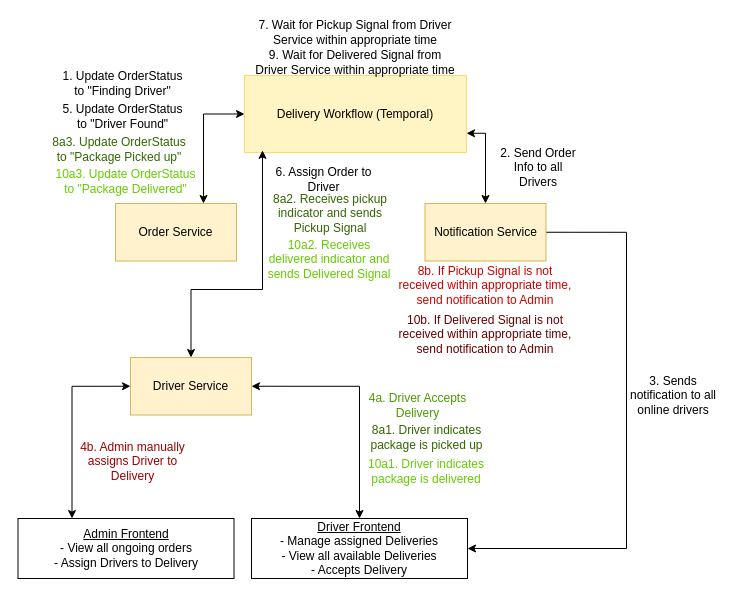
This is diagrams/ProcessDelivery.drawio from darkliyznyanlin910/esd-2425T2, a draw.io file, before an edit. Source tidied: cells renumbered, new cells numbered last; positions are measured from the earlier drawing's top-left corner, leaving out a move shared by most shapes. Both pictures are drawn from the tidied source at 100%, with x=0, y=0 at pixel (18, 17).
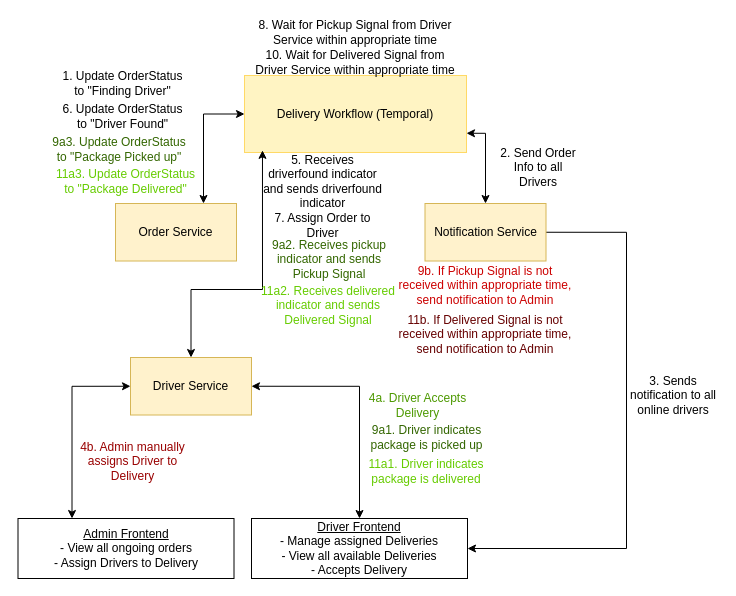
The same diagram, later.

The edit, as a diff of the source:
```diff
@@
-    <mxCell id="16" value="5. Update OrderStatus to &quot;Driver Found&quot;" style="text;html=1;align=center;verticalAlign=middle;whiteSpace=wrap;rounded=0;" parent="1" vertex="1">
+    <mxCell id="16" value="6. Update OrderStatus to &quot;Driver Found&quot;" style="text;html=1;align=center;verticalAlign=middle;whiteSpace=wrap;rounded=0;" parent="1" vertex="1">
       <mxGeometry x="37" y="83.5" width="135" height="30" as="geometry" />
     </mxCell>
@@
-    <mxCell id="19" value="6. Assign Order to Driver" style="text;html=1;align=center;verticalAlign=middle;whiteSpace=wrap;rounded=0;" parent="1" vertex="1">
-      <mxGeometry x="243" y="147" width="125" height="30" as="geometry" />
+    <mxCell id="19" value="7. Assign Order to Driver" style="text;html=1;align=center;verticalAlign=middle;whiteSpace=wrap;rounded=0;" parent="1" vertex="1">
+      <mxGeometry x="242" y="193" width="125" height="30" as="geometry" />
     </mxCell>
-    <mxCell id="20" value="7. Wait for Pickup Signal from Driver Service within appropriate time" style="text;html=1;align=center;verticalAlign=middle;whiteSpace=wrap;rounded=0;" parent="1" vertex="1">
+    <mxCell id="20" value="8. Wait for Pickup Signal from Driver Service within appropriate time" style="text;html=1;align=center;verticalAlign=middle;whiteSpace=wrap;rounded=0;" parent="1" vertex="1">
       <mxGeometry x="233" width="208" height="30" as="geometry" />
     </mxCell>
-    <mxCell id="21" value="&lt;font style=&quot;&quot;&gt;8b. If Pickup Signal is not received within appropriate time, send notification to Admin&lt;/font&gt;" style="text;html=1;align=center;verticalAlign=middle;whiteSpace=wrap;rounded=0;fontColor=#CC0000;" parent="1" vertex="1">
+    <mxCell id="21" value="&lt;font style=&quot;&quot;&gt;9b. If Pickup Signal is not received within appropriate time, send notification to Admin&lt;/font&gt;" style="text;html=1;align=center;verticalAlign=middle;whiteSpace=wrap;rounded=0;fontColor=#CC0000;" parent="1" vertex="1">
       <mxGeometry x="379" y="248" width="176" height="40" as="geometry" />
     </mxCell>
-    <mxCell id="22" value="&lt;font style=&quot;&quot;&gt;8a3. Update OrderStatus to &quot;Package Picked up&quot;&lt;/font&gt;" style="text;html=1;align=center;verticalAlign=middle;whiteSpace=wrap;rounded=0;fontColor=#336600;" parent="1" vertex="1">
+    <mxCell id="22" value="&lt;font style=&quot;&quot;&gt;9a3. Update OrderStatus to &quot;Package Picked up&quot;&lt;/font&gt;" style="text;html=1;align=center;verticalAlign=middle;whiteSpace=wrap;rounded=0;fontColor=#336600;" parent="1" vertex="1">
       <mxGeometry x="33" y="117" width="136" height="30" as="geometry" />
     </mxCell>
-    <mxCell id="23" value="9. Wait for Delivered Signal from Driver Service within appropriate time" style="text;html=1;align=center;verticalAlign=middle;whiteSpace=wrap;rounded=0;" parent="1" vertex="1">
+    <mxCell id="23" value="10. Wait for Delivered Signal from Driver Service within appropriate time" style="text;html=1;align=center;verticalAlign=middle;whiteSpace=wrap;rounded=0;" parent="1" vertex="1">
       <mxGeometry x="233" y="30" width="208" height="30" as="geometry" />
     </mxCell>
-    <mxCell id="24" value="&lt;font style=&quot;&quot;&gt;8a1. Driver indicates package is picked up&lt;/font&gt;" style="text;html=1;align=center;verticalAlign=middle;whiteSpace=wrap;rounded=0;fontColor=#336600;" parent="1" vertex="1">
+    <mxCell id="24" value="&lt;font style=&quot;&quot;&gt;9a1. Driver indicates package is picked up&lt;/font&gt;" style="text;html=1;align=center;verticalAlign=middle;whiteSpace=wrap;rounded=0;fontColor=#336600;" parent="1" vertex="1">
       <mxGeometry x="347" y="403" width="123" height="34" as="geometry" />
     </mxCell>
-    <mxCell id="25" value="&lt;font style=&quot;&quot;&gt;8a2. Receives pickup indicator and sends Pickup Signal&lt;/font&gt;" style="text;html=1;align=center;verticalAlign=middle;whiteSpace=wrap;rounded=0;fontColor=#336600;" parent="1" vertex="1">
-      <mxGeometry x="243" y="179" width="138" height="34" as="geometry" />
+    <mxCell id="25" value="&lt;font style=&quot;&quot;&gt;9a2. Receives pickup indicator and sends Pickup Signal&lt;/font&gt;" style="text;html=1;align=center;verticalAlign=middle;whiteSpace=wrap;rounded=0;fontColor=#336600;" parent="1" vertex="1">
+      <mxGeometry x="242" y="225" width="138" height="34" as="geometry" />
     </mxCell>
-    <mxCell id="26" value="&lt;font style=&quot;&quot;&gt;10a1. Driver indicates package is delivered&lt;/font&gt;" style="text;html=1;align=center;verticalAlign=middle;whiteSpace=wrap;rounded=0;fontColor=#66CC00;" parent="1" vertex="1">
+    <mxCell id="26" value="&lt;font style=&quot;&quot;&gt;11a1. Driver indicates package is delivered&lt;/font&gt;" style="text;html=1;align=center;verticalAlign=middle;whiteSpace=wrap;rounded=0;fontColor=#66CC00;" parent="1" vertex="1">
       <mxGeometry x="347" y="437" width="121.5" height="34" as="geometry" />
     </mxCell>
-    <mxCell id="27" value="&lt;font style=&quot;&quot;&gt;10a2. Receives delivered indicator and sends Delivered Signal&lt;/font&gt;" style="text;html=1;align=center;verticalAlign=middle;whiteSpace=wrap;rounded=0;fontColor=#66CC00;" parent="1" vertex="1">
-      <mxGeometry x="243" y="223" width="136" height="37" as="geometry" />
+    <mxCell id="27" value="&lt;font style=&quot;&quot;&gt;11a2. Receives delivered indicator and sends Delivered Signal&lt;/font&gt;" style="text;html=1;align=center;verticalAlign=middle;whiteSpace=wrap;rounded=0;fontColor=#66CC00;" parent="1" vertex="1">
+      <mxGeometry x="242" y="269" width="136" height="37" as="geometry" />
     </mxCell>
-    <mxCell id="28" value="&lt;font style=&quot;&quot;&gt;10a3. Update OrderStatus to &quot;Package Delivered&quot;&lt;/font&gt;" style="text;html=1;align=center;verticalAlign=middle;whiteSpace=wrap;rounded=0;fontColor=#66CC00;" parent="1" vertex="1">
+    <mxCell id="28" value="&lt;font style=&quot;&quot;&gt;11a3. Update OrderStatus to &quot;Package Delivered&quot;&lt;/font&gt;" style="text;html=1;align=center;verticalAlign=middle;whiteSpace=wrap;rounded=0;fontColor=#66CC00;" parent="1" vertex="1">
       <mxGeometry x="36" y="149" width="143" height="30" as="geometry" />
     </mxCell>
-    <mxCell id="29" value="&lt;font style=&quot;&quot;&gt;10b. If Delivered Signal is not received within appropriate time, send notification to Admin&lt;/font&gt;" style="text;html=1;align=center;verticalAlign=middle;whiteSpace=wrap;rounded=0;fontColor=#660000;" parent="1" vertex="1">
+    <mxCell id="29" value="&lt;font style=&quot;&quot;&gt;11b. If Delivered Signal is not received within appropriate time, send notification to Admin&lt;/font&gt;" style="text;html=1;align=center;verticalAlign=middle;whiteSpace=wrap;rounded=0;fontColor=#660000;" parent="1" vertex="1">
       <mxGeometry x="379" y="297" width="176" height="40" as="geometry" />
     </mxCell>
@@
+    <mxCell id="31" value="5. Receives driverfound indicator and sends driverfound indicator" style="text;html=1;align=center;verticalAlign=middle;whiteSpace=wrap;rounded=0;" parent="1" vertex="1">
+      <mxGeometry x="242" y="149" width="125" height="30" as="geometry" />
+    </mxCell>
```
